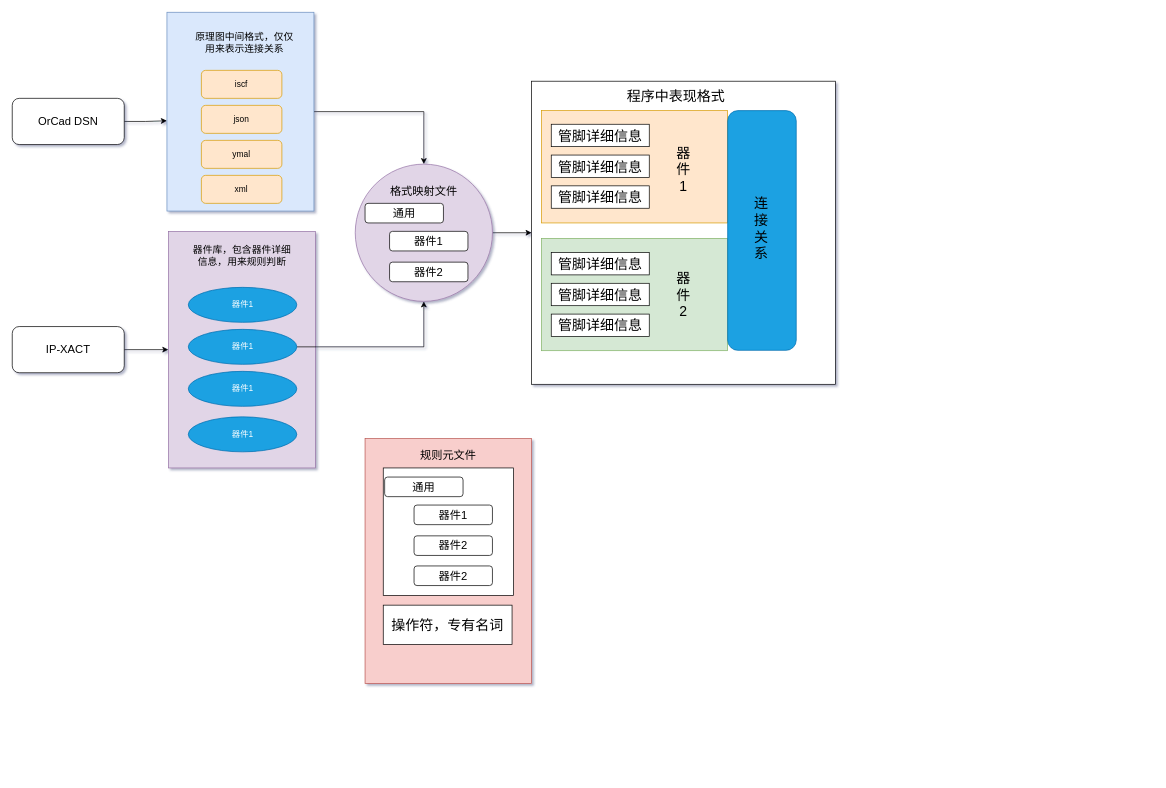
Earlier version of the draw.io diagram Untitled Diagram.drawio (imbakn/diagrams). Source tidied: cells renumbered, new cells numbered last; positions are measured from the earlier drawing's top-left corner, leaving out a move shared by most shapes. Both pictures are drawn from the tidied source at 70%, with x=0, y=0 at pixel (12, 12).
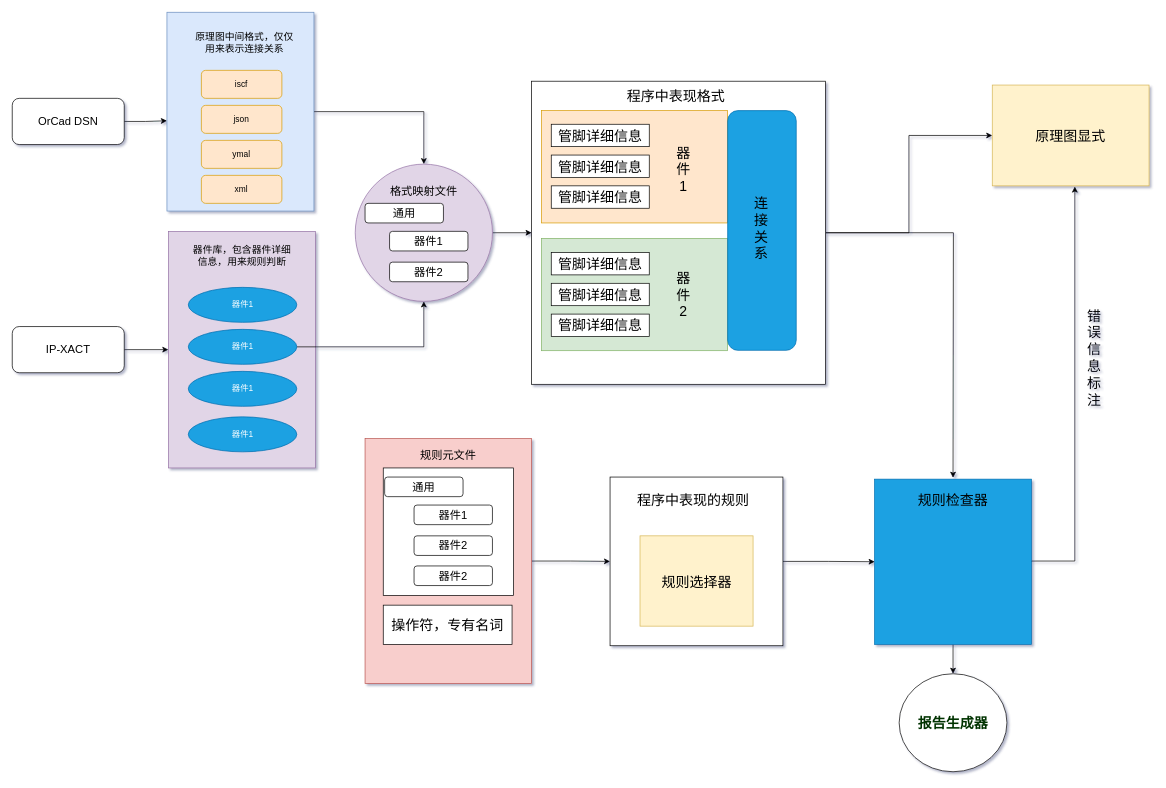
The same diagram, later.

The change refers to these unchanged cells:
```xml
<mxCell id="40" style="rounded=0;whiteSpace=wrap;html=1;fontSize=20;fillColor=#f8cecc;strokeColor=#b85450;" parent="1" vertex="1">
  <mxGeometry x="504" y="609" width="238" height="350" as="geometry" />
</mxCell>
```

The edit, as a diff of the source:
```diff
@@
+    <mxCell id="48" style="edgeStyle=orthogonalEdgeStyle;rounded=0;jettySize=auto;html=1;fontSize=20;" parent="1" edge="1" source="20">
+      <mxGeometry relative="1" as="geometry">
+        <mxPoint x="1344" y="665" as="targetPoint" />
+      </mxGeometry>
+    </mxCell>
+    <mxCell id="49" style="edgeStyle=orthogonalEdgeStyle;rounded=0;jettySize=auto;html=1;fontSize=20;" parent="1" edge="1" source="20" target="59">
+      <mxGeometry relative="1" as="geometry" />
+    </mxCell>
     <mxCell id="20" style="rounded=0;whiteSpace=wrap;html=1;fontSize=16;" parent="1" vertex="1">
-      <mxGeometry x="742" y="98.5" width="434" height="433" as="geometry" />
+      <mxGeometry x="742" y="98.5" width="420" height="433" as="geometry" />
     </mxCell>
@@
+    <mxCell id="50" style="edgeStyle=orthogonalEdgeStyle;rounded=0;jettySize=auto;html=1;fontSize=20;" parent="1" edge="1" source="40" target="52">
+      <mxGeometry relative="1" as="geometry" />
+    </mxCell>
@@
+    <mxCell id="51" style="edgeStyle=orthogonalEdgeStyle;rounded=0;jettySize=auto;html=1;entryX=0;entryY=0.5;entryDx=0;entryDy=0;fontSize=20;" parent="1" edge="1" source="52" target="55">
+      <mxGeometry relative="1" as="geometry" />
+    </mxCell>
+    <mxCell id="52" style="rounded=0;whiteSpace=wrap;html=1;fontSize=20;" parent="1" vertex="1">
+      <mxGeometry x="854" y="664" width="247" height="241" as="geometry" />
+    </mxCell>
+    <mxCell id="53" style="edgeStyle=orthogonalEdgeStyle;rounded=0;jettySize=auto;html=1;fontSize=20;exitX=1;exitY=0.5;exitDx=0;exitDy=0;" parent="1" edge="1" source="55">
+      <mxGeometry relative="1" as="geometry">
+        <mxPoint x="1518" y="249" as="targetPoint" />
+        <Array as="points">
+          <mxPoint x="1518" y="784" />
+        </Array>
+      </mxGeometry>
+    </mxCell>
+    <mxCell id="54" style="edgeStyle=orthogonalEdgeStyle;rounded=0;jettySize=auto;html=1;fontSize=20;" parent="1" edge="1" source="55">
+      <mxGeometry relative="1" as="geometry">
+        <mxPoint x="1344" y="945" as="targetPoint" />
+        <Array as="points">
+          <mxPoint x="1344" y="931" />
+          <mxPoint x="1344" y="931" />
+        </Array>
+      </mxGeometry>
+    </mxCell>
+    <mxCell id="55" style="rounded=0;whiteSpace=wrap;html=1;fontSize=20;fillColor=#1ba1e2;strokeColor=#006EAF;fontColor=#ffffff;" parent="1" vertex="1">
+      <mxGeometry x="1232" y="667" width="224" height="236" as="geometry" />
+    </mxCell>
+    <mxCell id="56" value="&lt;span style=&quot;font-size: 20px&quot;&gt;程序中表现的规则&lt;/span&gt;" style="text;html=1;strokeColor=none;fillColor=none;align=center;verticalAlign=middle;whiteSpace=wrap;rounded=0;fontSize=16;" parent="1" vertex="1">
+      <mxGeometry x="875" y="679" width="196" height="36" as="geometry" />
+    </mxCell>
+    <mxCell id="57" value="&lt;span style=&quot;font-size: 20px&quot;&gt;规则检查器&lt;/span&gt;" style="text;html=1;strokeColor=none;fillColor=none;align=center;verticalAlign=middle;whiteSpace=wrap;rounded=0;fontSize=16;" parent="1" vertex="1">
+      <mxGeometry x="1246" y="679" width="196" height="36" as="geometry" />
+    </mxCell>
+    <mxCell id="58" value="规则选择器" style="rounded=0;whiteSpace=wrap;html=1;fontSize=20;fillColor=#fff2cc;strokeColor=#d6b656;" parent="1" vertex="1">
+      <mxGeometry x="896.8" y="748" width="161.5" height="129" as="geometry" />
+    </mxCell>
+    <mxCell id="59" value="原理图显式" style="rounded=0;whiteSpace=wrap;html=1;fontSize=20;fillColor=#fff2cc;strokeColor=#d6b656;" parent="1" vertex="1">
+      <mxGeometry x="1400" y="104" width="224" height="144" as="geometry" />
+    </mxCell>
+    <mxCell id="60" value="错误信息标注&lt;br&gt;" style="text;html=1;strokeColor=none;fillColor=none;align=center;verticalAlign=middle;whiteSpace=wrap;rounded=0;fontSize=20;" parent="1" vertex="1">
+      <mxGeometry x="1526" y="408" width="40" height="170" as="geometry" />
+    </mxCell>
+    <mxCell id="61" value="&lt;b&gt;&lt;font color=&quot;#003300&quot;&gt;报告生成器&lt;/font&gt;&lt;/b&gt;" style="ellipse;whiteSpace=wrap;html=1;fontSize=20;" parent="1" vertex="1">
+      <mxGeometry x="1267" y="945" width="154" height="140" as="geometry" />
+    </mxCell>
```
